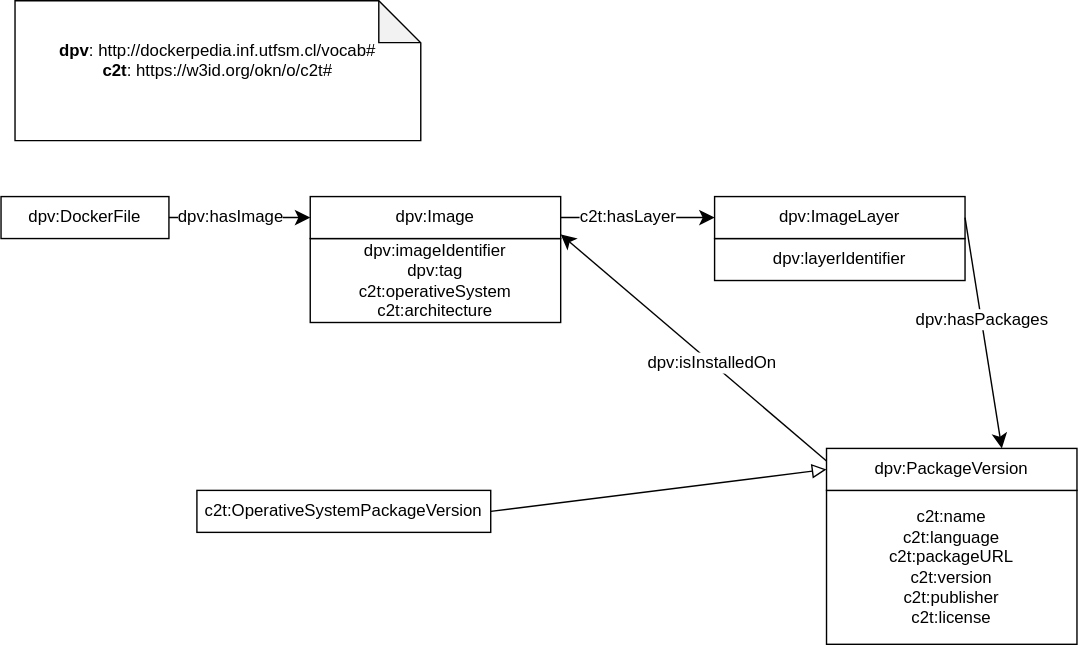
This is onto_documentation/images/diagram.svg from osoc-es/c2t, a draw.io export, as it was before one commit. Source tidied: cells renumbered, new cells last; positions are measured from the earlier drawing's top-left corner, leaving out a move shared by most shapes.
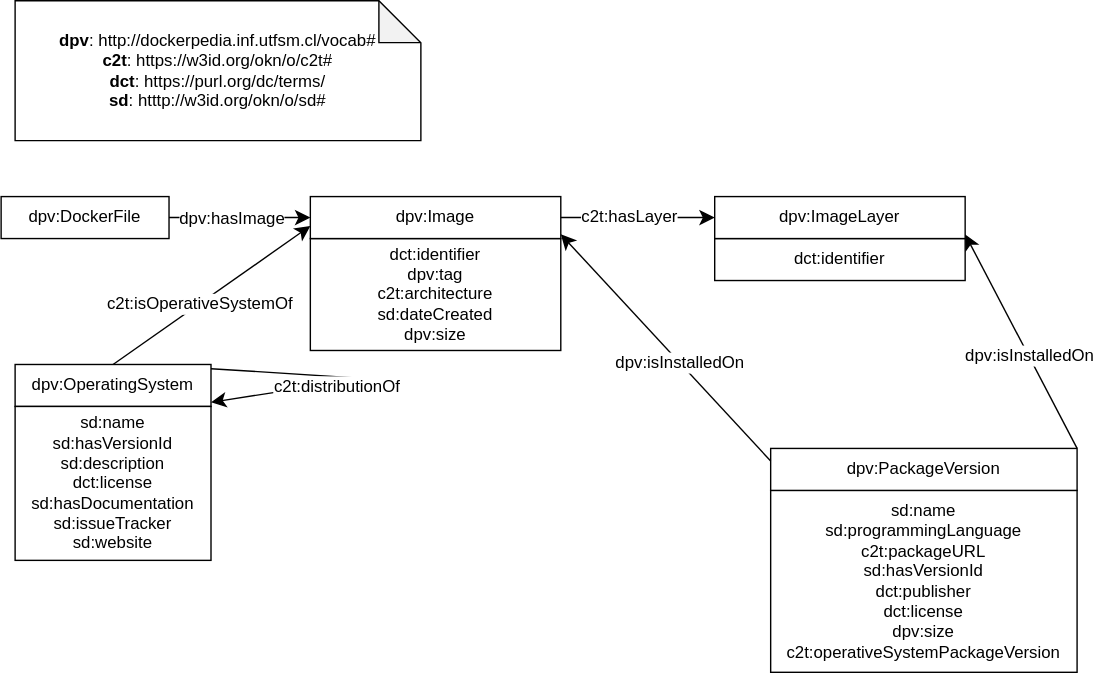
Later version of the same file.

Change to the diagram source:
```diff
@@ -5,29 +5,26 @@
     <mxCell id="2" value="dpv:DockerFile" style="rounded=0;whiteSpace=wrap;html=1;snapToPoint=1;points=[[0.1,0],[0.2,0],[0.3,0],[0.4,0],[0.5,0],[0.6,0],[0.7,0],[0.8,0],[0.9,0],[0,0.1],[0,0.3],[0,0.5],[0,0.7],[0,0.9],[0.1,1],[0.2,1],[0.3,1],[0.4,1],[0.5,1],[0.6,1],[0.7,1],[0.8,1],[0.9,1],[1,0.1],[1,0.3],[1,0.5],[1,0.7],[1,0.9]];" parent="1" vertex="1">
       <mxGeometry y="140" width="120" height="30" as="geometry" />
     </mxCell>
-    <mxCell id="3" value="&lt;div&gt;&lt;b&gt;dpv&lt;/b&gt;: http://dockerpedia.inf.utfsm.cl/vocab#&lt;/div&gt;&lt;div&gt;&lt;div&gt;&lt;b&gt;c2t&lt;/b&gt;: https://w3id.org/okn/o/c2t#&lt;/div&gt;&lt;/div&gt;&lt;div&gt;&lt;br&gt;&lt;/div&gt;" style="shape=note;whiteSpace=wrap;html=1;backgroundOutline=1;darkOpacity=0.05;" parent="1" vertex="1">
+    <mxCell id="3" value="&lt;div&gt;&lt;b&gt;dpv&lt;/b&gt;: http://dockerpedia.inf.utfsm.cl/vocab#&lt;/div&gt;&lt;div&gt;&lt;div&gt;&lt;b&gt;c2t&lt;/b&gt;: https://w3id.org/okn/o/c2t#&lt;/div&gt;&lt;/div&gt;&lt;div&gt;&lt;div&gt;&lt;b&gt;dct&lt;/b&gt;: https://purl.org/dc/terms/&lt;/div&gt;&lt;/div&gt;&lt;div&gt;&lt;b&gt;sd&lt;/b&gt;: htttp://w3id.org/okn/o/sd#&lt;/div&gt;" style="shape=note;whiteSpace=wrap;html=1;backgroundOutline=1;darkOpacity=0.05;" parent="1" vertex="1">
       <mxGeometry x="10" width="290" height="100" as="geometry" />
     </mxCell>
-    <mxCell id="4" value="c2t:OperativeSystemPackageVersion" style="rounded=0;whiteSpace=wrap;html=1;snapToPoint=1;points=[[0.1,0],[0.2,0],[0.3,0],[0.4,0],[0.5,0],[0.6,0],[0.7,0],[0.8,0],[0.9,0],[0,0.1],[0,0.3],[0,0.5],[0,0.7],[0,0.9],[0.1,1],[0.2,1],[0.3,1],[0.4,1],[0.5,1],[0.6,1],[0.7,1],[0.8,1],[0.9,1],[1,0.1],[1,0.3],[1,0.5],[1,0.7],[1,0.9]];" parent="1" vertex="1">
-      <mxGeometry x="140" y="350" width="210" height="30" as="geometry" />
-    </mxCell>
-    <mxCell id="5" value="dpv:imageIdentifier&lt;br&gt;dpv:tag&lt;br&gt;c2t:operativeSystem&lt;br&gt;c2t:architecture" style="rounded=0;whiteSpace=wrap;html=1;" parent="1" vertex="1">
-      <mxGeometry x="221" y="170" width="179" height="60" as="geometry" />
+    <mxCell id="5" value="dct:identifier&lt;br&gt;dpv:tag&lt;br&gt;c2t:architecture&lt;br&gt;sd:dateCreated&lt;br&gt;dpv:size" style="rounded=0;whiteSpace=wrap;html=1;" parent="1" vertex="1">
+      <mxGeometry x="221" y="170" width="179" height="80" as="geometry" />
     </mxCell>
     <mxCell id="6" value="dpv:Image" style="rounded=0;whiteSpace=wrap;html=1;snapToPoint=1;points=[[0.1,0],[0.2,0],[0.3,0],[0.4,0],[0.5,0],[0.6,0],[0.7,0],[0.8,0],[0.9,0],[0,0.1],[0,0.3],[0,0.5],[0,0.7],[0,0.9],[0.1,1],[0.2,1],[0.3,1],[0.4,1],[0.5,1],[0.6,1],[0.7,1],[0.8,1],[0.9,1],[1,0.1],[1,0.3],[1,0.5],[1,0.7],[1,0.9]];" parent="1" vertex="1">
       <mxGeometry x="221" y="140" width="179" height="30" as="geometry" />
     </mxCell>
-    <mxCell id="7" value="dpv:layerIdentifier" style="rounded=0;whiteSpace=wrap;html=1;" parent="1" vertex="1">
+    <mxCell id="7" value="dct:identifier&lt;br&gt;" style="rounded=0;whiteSpace=wrap;html=1;" parent="1" vertex="1">
       <mxGeometry x="510" y="170" width="179" height="30" as="geometry" />
     </mxCell>
     <mxCell id="8" value="dpv:ImageLayer" style="rounded=0;whiteSpace=wrap;html=1;snapToPoint=1;points=[[0.1,0],[0.2,0],[0.3,0],[0.4,0],[0.5,0],[0.6,0],[0.7,0],[0.8,0],[0.9,0],[0,0.1],[0,0.3],[0,0.5],[0,0.7],[0,0.9],[0.1,1],[0.2,1],[0.3,1],[0.4,1],[0.5,1],[0.6,1],[0.7,1],[0.8,1],[0.9,1],[1,0.1],[1,0.3],[1,0.5],[1,0.7],[1,0.9]];" parent="1" vertex="1">
       <mxGeometry x="510" y="140" width="179" height="30" as="geometry" />
     </mxCell>
-    <mxCell id="9" value="c2t:name&lt;br&gt;c2t:language&lt;br&gt;c2t:packageURL&lt;br&gt;c2t:version&lt;br&gt;c2t:publisher&lt;br&gt;c2t:license" style="rounded=0;whiteSpace=wrap;html=1;" parent="1" vertex="1">
-      <mxGeometry x="590" y="350" width="179" height="110" as="geometry" />
+    <mxCell id="9" value="sd:name&lt;br&gt;sd:programmingLanguage&lt;br&gt;c2t:packageURL&lt;br&gt;sd:hasVersionId&lt;br&gt;dct:publisher&lt;br&gt;dct:license&lt;br&gt;dpv:size&lt;br&gt;c2t:operativeSystemPackageVersion" style="rounded=0;whiteSpace=wrap;html=1;" parent="1" vertex="1">
+      <mxGeometry x="550" y="350" width="219" height="130" as="geometry" />
     </mxCell>
     <mxCell id="10" value="dpv:PackageVersion" style="rounded=0;whiteSpace=wrap;html=1;snapToPoint=1;points=[[0.1,0],[0.2,0],[0.3,0],[0.4,0],[0.5,0],[0.6,0],[0.7,0],[0.8,0],[0.9,0],[0,0.1],[0,0.3],[0,0.5],[0,0.7],[0,0.9],[0.1,1],[0.2,1],[0.3,1],[0.4,1],[0.5,1],[0.6,1],[0.7,1],[0.8,1],[0.9,1],[1,0.1],[1,0.3],[1,0.5],[1,0.7],[1,0.9]];" parent="1" vertex="1">
-      <mxGeometry x="590" y="320" width="179" height="30" as="geometry" />
+      <mxGeometry x="550" y="320" width="219" height="30" as="geometry" />
     </mxCell>
     <mxCell id="11" style="endArrow=classic;html=1;exitX=1;exitY=0.5;exitDx=0;exitDy=0;endSize=8;arcSize=0;rounded=0;entryX=0;entryY=0.5;entryDx=0;entryDy=0;" parent="1" edge="1" source="2" target="6">
       <mxGeometry relative="1" as="geometry" />
@@ -41,20 +38,43 @@
     <mxCell id="14" value="c2t:hasLayer" style="text;html=1;align=center;verticalAlign=middle;labelBackgroundColor=#ffffff;" parent="13" vertex="1">
       <mxGeometry x="-0.13" relative="1" as="geometry" />
     </mxCell>
-    <mxCell id="15" style="endArrow=classic;html=1;endSize=8;arcSize=0;rounded=0;entryX=0.7;entryY=0;entryDx=0;entryDy=0;exitX=1;exitY=0.5;exitDx=0;exitDy=0;" parent="1" edge="1" source="8" target="10">
-      <mxGeometry relative="1" as="geometry" />
-    </mxCell>
-    <mxCell id="16" value="dpv:hasPackages" style="text;html=1;align=center;verticalAlign=middle;labelBackgroundColor=#ffffff;" parent="15" vertex="1">
-      <mxGeometry x="-0.13" relative="1" as="geometry" />
-    </mxCell>
     <mxCell id="17" style="endArrow=classic;html=1;exitX=0;exitY=0.3;exitDx=0;exitDy=0;entryX=1;entryY=0.9;entryDx=0;entryDy=0;endSize=8;arcSize=0;rounded=0;" parent="1" edge="1" source="10" target="6">
       <mxGeometry relative="1" as="geometry" />
     </mxCell>
     <mxCell id="18" value="dpv:isInstalledOn" style="text;html=1;align=center;verticalAlign=middle;labelBackgroundColor=#ffffff;" parent="17" vertex="1">
       <mxGeometry x="-0.13" relative="1" as="geometry" />
     </mxCell>
-    <mxCell id="19" style="endArrow=block;html=1;fontColor=#000099;exitX=1;exitY=0.5;exitDx=0;exitDy=0;endFill=0;entryX=0;entryY=0.5;entryDx=0;entryDy=0;endSize=8;arcSize=0;rounded=0;" parent="1" edge="1" source="4" target="10">
-      <mxGeometry relative="1" as="geometry" />
-    </mxCell>
+    <mxCell id="20" value="dpv:OperatingSystem" style="rounded=0;whiteSpace=wrap;html=1;snapToPoint=1;points=[[0.1,0],[0.2,0],[0.3,0],[0.4,0],[0.5,0],[0.6,0],[0.7,0],[0.8,0],[0.9,0],[0,0.1],[0,0.3],[0,0.5],[0,0.7],[0,0.9],[0.1,1],[0.2,1],[0.3,1],[0.4,1],[0.5,1],[0.6,1],[0.7,1],[0.8,1],[0.9,1],[1,0.1],[1,0.3],[1,0.5],[1,0.7],[1,0.9]];" parent="1" vertex="1">
+      <mxGeometry x="10" y="260" width="140" height="30" as="geometry" />
+    </mxCell>
+    <mxCell id="21" style="endArrow=classic;html=1;endSize=8;arcSize=0;rounded=0;exitX=1;exitY=0.1;exitDx=0;exitDy=0;entryX=1;entryY=0.9;entryDx=0;entryDy=0;" parent="1" edge="1" source="20" target="20">
+      <mxGeometry relative="1" as="geometry">
+        <Array as="points">
+          <mxPoint x="260" y="270" />
+        </Array>
+      </mxGeometry>
+    </mxCell>
+    <mxCell id="22" value="c2t:distributionOf" style="text;html=1;align=center;verticalAlign=middle;labelBackgroundColor=#ffffff;" parent="21" vertex="1">
+      <mxGeometry x="-0.13" relative="1" as="geometry">
+        <mxPoint x="-7" y="6" as="offset" />
+      </mxGeometry>
+    </mxCell>
+    <mxCell id="23" style="endArrow=classic;html=1;endSize=8;arcSize=0;rounded=0;entryX=0;entryY=0.7;entryDx=0;entryDy=0;exitX=0.5;exitY=0;exitDx=0;exitDy=0;" parent="1" edge="1" source="20" target="6">
+      <mxGeometry relative="1" as="geometry" />
+    </mxCell>
+    <mxCell id="24" value="c2t:isOperativeSystemOf" style="text;html=1;align=center;verticalAlign=middle;labelBackgroundColor=#ffffff;" parent="23" vertex="1">
+      <mxGeometry x="-0.13" relative="1" as="geometry" />
+    </mxCell>
+    <mxCell id="25" value="sd:name&lt;br&gt;sd:hasVersionId&lt;br&gt;sd:description&lt;br&gt;dct:license&lt;br&gt;sd:hasDocumentation&lt;br&gt;sd:issueTracker&lt;br&gt;sd:website" style="rounded=0;whiteSpace=wrap;html=1;" parent="1" vertex="1">
+      <mxGeometry x="10" y="290" width="140" height="110" as="geometry" />
+    </mxCell>
+    <mxCell id="26" style="endArrow=classic;html=1;exitX=0;exitY=0.3;exitDx=0;exitDy=0;entryX=1;entryY=0.9;entryDx=0;entryDy=0;endSize=8;arcSize=0;rounded=0;" parent="1" edge="1" target="8">
+      <mxGeometry relative="1" as="geometry">
+        <mxPoint x="769" y="320" as="sourcePoint" />
+      </mxGeometry>
+    </mxCell>
+    <mxCell id="27" value="dpv:isInstalledOn" style="text;html=1;align=center;verticalAlign=middle;labelBackgroundColor=#ffffff;" parent="26" vertex="1">
+      <mxGeometry x="-0.13" relative="1" as="geometry" />
+    </mxCell>
   </root>
 </mxGraphModel>
```
